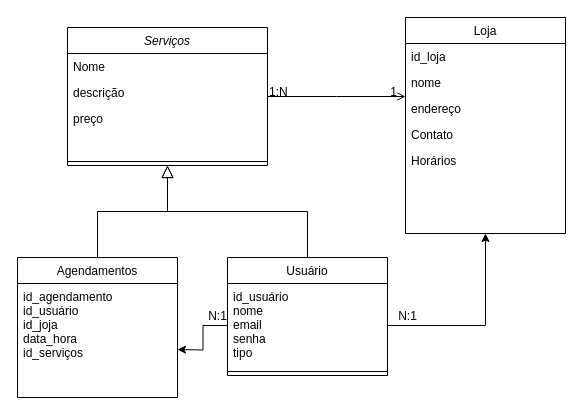
The draw.io diagram Diagrama sem nome.drawio in leozin-amaral18/Ti2-Backend, before the edit. Source tidied: cells renumbered, new cells numbered last; positions are measured from the earlier drawing's top-left corner, leaving out a move shared by most shapes. Both pictures are drawn from the tidied source at 100%, with x=0, y=0 at pixel (17, 17).
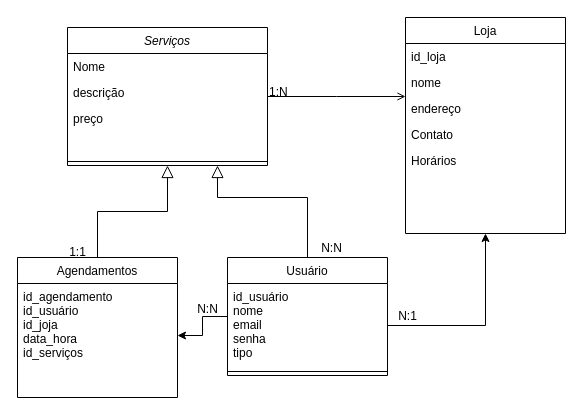
After the change.

Unchanged cells that the change refers to:
```xml
<mxCell id="2" value="Serviços" style="swimlane;fontStyle=2;align=center;verticalAlign=top;horizontal=1;startSize=26;rounded=0;shadow=0;strokeWidth=1;" parent="1" vertex="1">
  <mxGeometry x="50" y="10" width="200" height="138" as="geometry" />
</mxCell>
<mxCell id="7" value="id_agendamento&#10;id_usuário&#10;id_joja&#10;data_hora&#10;id_serviços&#10;" style="text;align=left;verticalAlign=top;spacingLeft=4;spacingRight=4;overflow=hidden;points=[[0,0.5],[1,0.5]];portConstraint=eastwest;" parent="6" vertex="1">
  <mxGeometry y="26" width="160" height="104" as="geometry" />
</mxCell>
<mxCell id="9" value="Usuário" style="swimlane;fontStyle=0;align=center;verticalAlign=top;horizontal=1;startSize=26;rounded=0;shadow=0;strokeWidth=1;" parent="1" vertex="1">
  <mxGeometry x="210" y="240" width="160" height="118" as="geometry" />
</mxCell>
<mxCell id="10" value="id_usuário&#10;nome&#10;email&#10;senha&#10;tipo" style="text;align=left;verticalAlign=top;spacingLeft=4;spacingRight=4;overflow=hidden;points=[[0,0.5],[1,0.5]];portConstraint=eastwest;" parent="9" vertex="1">
  <mxGeometry y="26" width="160" height="84" as="geometry" />
</mxCell>
<mxCell id="19" style="endArrow=open;shadow=0;strokeWidth=1;rounded=0;curved=0;endFill=1;edgeStyle=elbowEdgeStyle;elbow=vertical;" parent="1" edge="1" source="2" target="13">
  <mxGeometry x="0.5" y="41" relative="1" as="geometry">
    <mxPoint x="-40" y="32" as="offset" />
  </mxGeometry>
</mxCell>
```

Change to the diagram source:
```diff
@@
+    <mxCell id="27" style="edgeStyle=orthogonalEdgeStyle;rounded=0;jettySize=auto;html=1;" parent="1" edge="1" source="9" target="7">
+      <mxGeometry relative="1" as="geometry" />
+    </mxCell>
@@
     <mxCell id="12" style="endArrow=block;endSize=10;endFill=0;shadow=0;strokeWidth=1;rounded=0;curved=0;edgeStyle=elbowEdgeStyle;elbow=vertical;" parent="1" edge="1" source="9" target="2">
-      <mxGeometry relative="1" as="geometry" />
+      <mxGeometry relative="1" as="geometry">
+        <Array as="points">
+          <mxPoint x="200" y="180" />
+          <mxPoint x="160" y="330" />
+        </Array>
+      </mxGeometry>
     </mxCell>
@@
-    <mxCell id="21" value="1" style="align=right;verticalAlign=bottom;labelBackgroundColor=none;fontSize=12;" parent="19" vertex="1">
-      <mxGeometry x="1" relative="1" as="geometry">
-        <mxPoint x="-7" y="4" as="offset" />
-      </mxGeometry>
-    </mxCell>
-    <mxCell id="22" style="edgeStyle=orthogonalEdgeStyle;rounded=0;jettySize=auto;html=1;" parent="1" edge="1" source="10">
-      <mxGeometry relative="1" as="geometry">
-        <mxPoint x="160" y="332" as="targetPoint" />
-      </mxGeometry>
-    </mxCell>
-    <mxCell id="23" value="N:1" style="text;html=1;align=center;verticalAlign=middle;strokeColor=none;fillColor=none;" parent="1" vertex="1">
-      <mxGeometry x="180" y="284" width="40" height="30" as="geometry" />
-    </mxCell>
@@
+    <mxCell id="28" value="N:N" style="text;html=1;align=center;verticalAlign=middle;strokeColor=none;fillColor=none;" parent="1" vertex="1">
+      <mxGeometry x="294" y="216" width="40" height="30" as="geometry" />
+    </mxCell>
+    <mxCell id="29" value="1:1" style="text;html=1;align=center;verticalAlign=middle;strokeColor=none;fillColor=none;" parent="1" vertex="1">
+      <mxGeometry x="40" y="220" width="40" height="30" as="geometry" />
+    </mxCell>
+    <mxCell id="30" value="N:N&lt;div&gt;&lt;br&gt;&lt;/div&gt;" style="text;html=1;align=center;verticalAlign=middle;strokeColor=none;fillColor=none;" parent="1" vertex="1">
+      <mxGeometry x="170" y="279" width="40" height="40" as="geometry" />
+    </mxCell>
```
